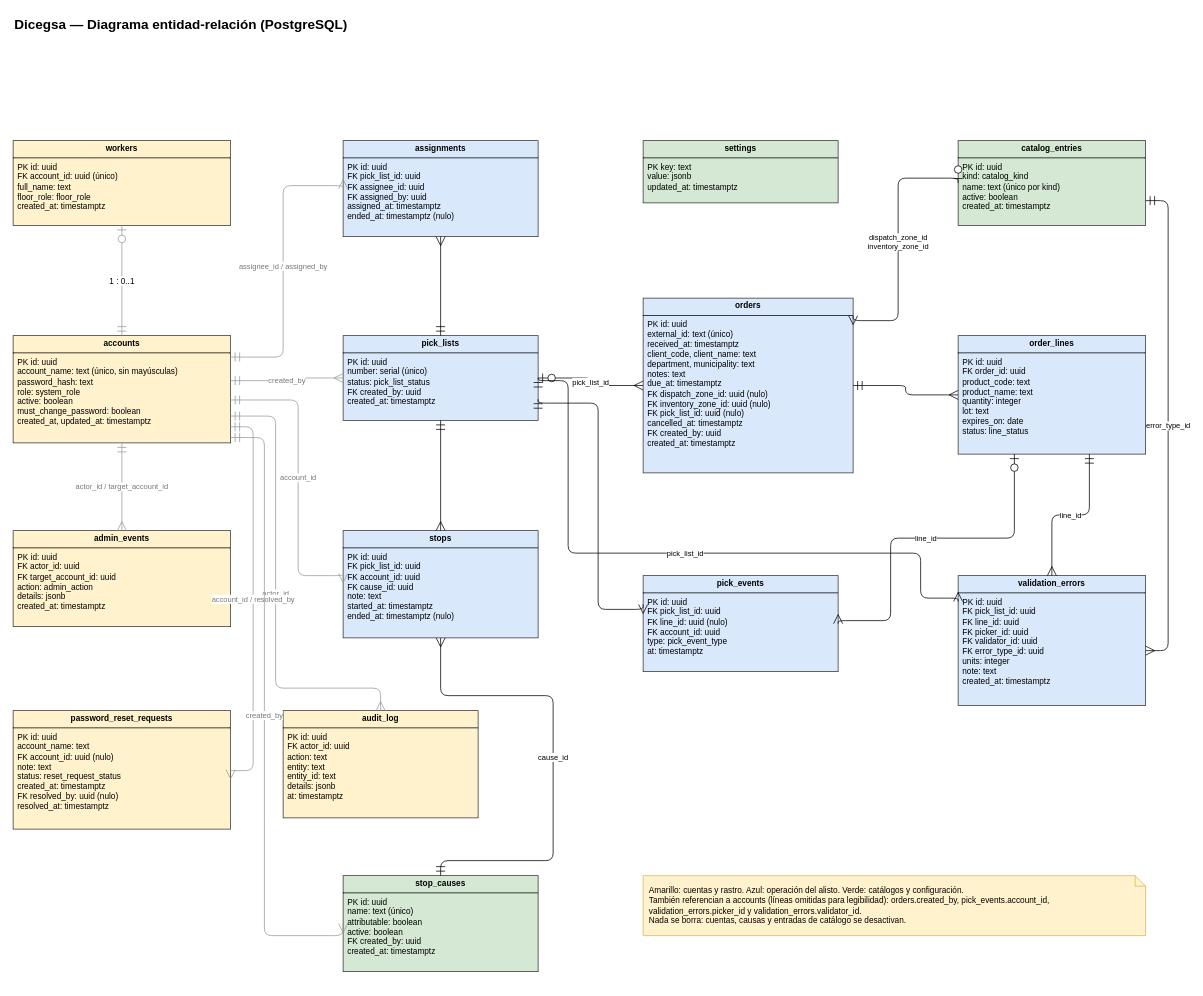
ElVatoEste/Dicegsa keeps this draw.io diagram as docs/diagramas/03-entidad-relacion.drawio. Above is the earlier version. Source tidied: cells renumbered, new cells numbered last; positions are measured from the earlier drawing's top-left corner, leaving out a move shared by most shapes. Both pictures are drawn from the tidied source at 75%, with x=0, y=0 at pixel (13, 13).
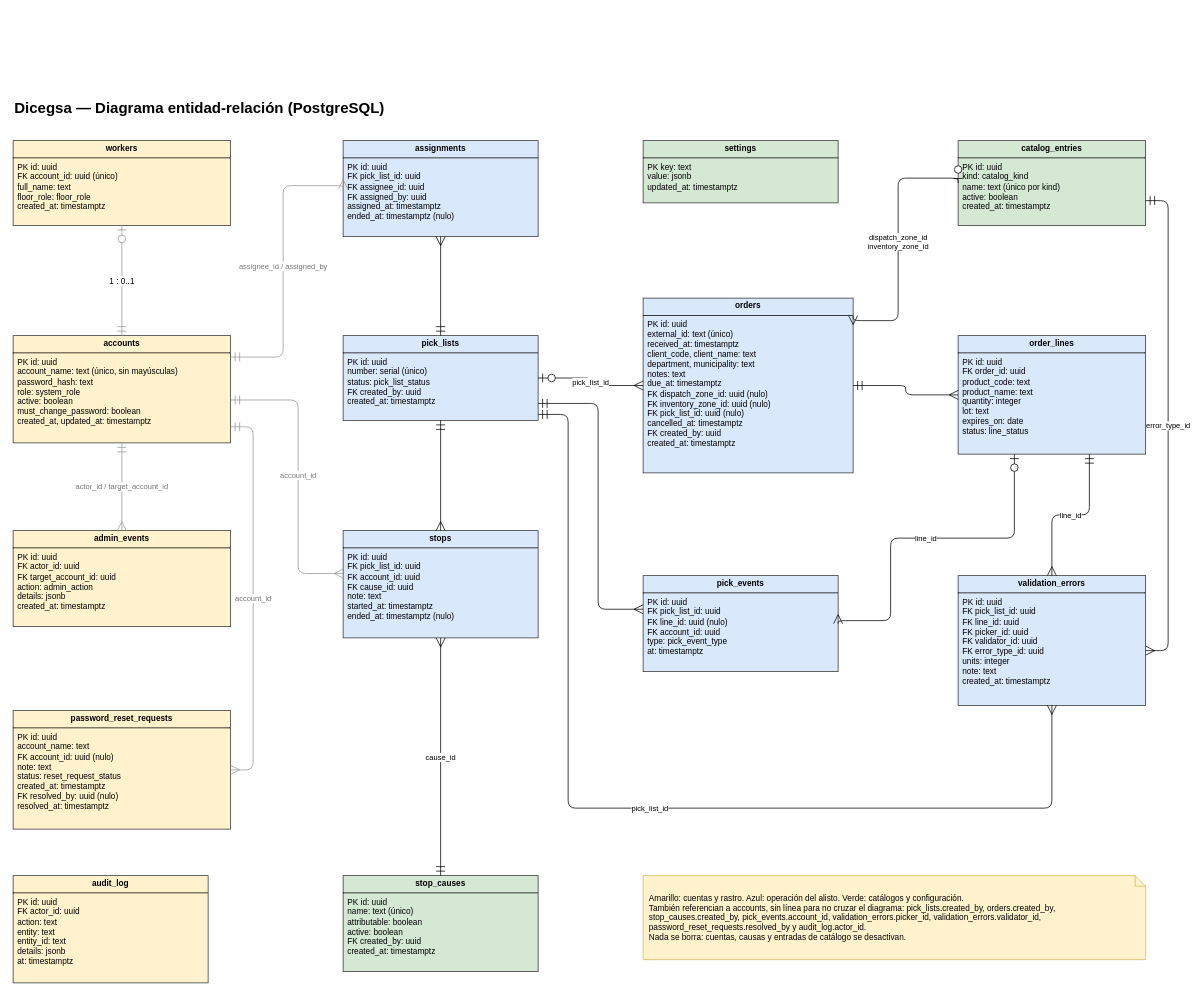
Above is the later version.

Unchanged cells that the change refers to:
```xml
<mxCell id="3" value="&lt;p style=&quot;margin:0;margin-top:4px;text-align:center;&quot;&gt;&lt;b&gt;accounts&lt;/b&gt;&lt;/p&gt;&lt;hr size=&quot;1&quot; style=&quot;border-style:solid;&quot;&gt;&lt;p style=&quot;margin:0;margin-left:6px;&quot;&gt;PK id: uuid&lt;br&gt;account_name: text  (único, sin mayúsculas)&lt;br&gt;password_hash: text&lt;br&gt;role: system_role&lt;br&gt;active: boolean&lt;br&gt;must_change_password: boolean&lt;br&gt;created_at, updated_at: timestamptz&lt;/p&gt;" style="verticalAlign=top;align=left;overflow=fill;html=1;whiteSpace=wrap;fontSize=11;fillColor=#fff2cc;strokeColor=#333333;" parent="1" vertex="1">
  <mxGeometry y="430" width="290" height="143" as="geometry" />
</mxCell>
<mxCell id="6" value="&lt;p style=&quot;margin:0;margin-top:4px;text-align:center;&quot;&gt;&lt;b&gt;password_reset_requests&lt;/b&gt;&lt;/p&gt;&lt;hr size=&quot;1&quot; style=&quot;border-style:solid;&quot;&gt;&lt;p style=&quot;margin:0;margin-left:6px;&quot;&gt;PK id: uuid&lt;br&gt;account_name: text&lt;br&gt;FK account_id: uuid  (nulo)&lt;br&gt;note: text&lt;br&gt;status: reset_request_status&lt;br&gt;created_at: timestamptz&lt;br&gt;FK resolved_by: uuid  (nulo)&lt;br&gt;resolved_at: timestamptz&lt;/p&gt;" style="verticalAlign=top;align=left;overflow=fill;html=1;whiteSpace=wrap;fontSize=11;fillColor=#fff2cc;strokeColor=#333333;" parent="1" vertex="1">
  <mxGeometry y="930" width="290" height="158" as="geometry" />
</mxCell>
<mxCell id="8" value="&lt;p style=&quot;margin:0;margin-top:4px;text-align:center;&quot;&gt;&lt;b&gt;pick_lists&lt;/b&gt;&lt;/p&gt;&lt;hr size=&quot;1&quot; style=&quot;border-style:solid;&quot;&gt;&lt;p style=&quot;margin:0;margin-left:6px;&quot;&gt;PK id: uuid&lt;br&gt;number: serial  (único)&lt;br&gt;status: pick_list_status&lt;br&gt;FK created_by: uuid&lt;br&gt;created_at: timestamptz&lt;/p&gt;" style="verticalAlign=top;align=left;overflow=fill;html=1;whiteSpace=wrap;fontSize=11;fillColor=#dae8fc;strokeColor=#333333;" parent="1" vertex="1">
  <mxGeometry x="440" y="430" width="260" height="113" as="geometry" />
</mxCell>
<mxCell id="12" value="&lt;p style=&quot;margin:0;margin-top:4px;text-align:center;&quot;&gt;&lt;b&gt;pick_events&lt;/b&gt;&lt;/p&gt;&lt;hr size=&quot;1&quot; style=&quot;border-style:solid;&quot;&gt;&lt;p style=&quot;margin:0;margin-left:6px;&quot;&gt;PK id: uuid&lt;br&gt;FK pick_list_id: uuid&lt;br&gt;FK line_id: uuid  (nulo)&lt;br&gt;FK account_id: uuid&lt;br&gt;type: pick_event_type&lt;br&gt;at: timestamptz&lt;/p&gt;" style="verticalAlign=top;align=left;overflow=fill;html=1;whiteSpace=wrap;fontSize=11;fillColor=#dae8fc;strokeColor=#333333;" parent="1" vertex="1">
  <mxGeometry x="840" y="750" width="260" height="128" as="geometry" />
</mxCell>
<mxCell id="13" value="&lt;p style=&quot;margin:0;margin-top:4px;text-align:center;&quot;&gt;&lt;b&gt;stops&lt;/b&gt;&lt;/p&gt;&lt;hr size=&quot;1&quot; style=&quot;border-style:solid;&quot;&gt;&lt;p style=&quot;margin:0;margin-left:6px;&quot;&gt;PK id: uuid&lt;br&gt;FK pick_list_id: uuid&lt;br&gt;FK account_id: uuid&lt;br&gt;FK cause_id: uuid&lt;br&gt;note: text&lt;br&gt;started_at: timestamptz&lt;br&gt;ended_at: timestamptz  (nulo)&lt;/p&gt;" style="verticalAlign=top;align=left;overflow=fill;html=1;whiteSpace=wrap;fontSize=11;fillColor=#dae8fc;strokeColor=#333333;" parent="1" vertex="1">
  <mxGeometry x="440" y="690" width="260" height="143" as="geometry" />
</mxCell>
<mxCell id="14" value="&lt;p style=&quot;margin:0;margin-top:4px;text-align:center;&quot;&gt;&lt;b&gt;validation_errors&lt;/b&gt;&lt;/p&gt;&lt;hr size=&quot;1&quot; style=&quot;border-style:solid;&quot;&gt;&lt;p style=&quot;margin:0;margin-left:6px;&quot;&gt;PK id: uuid&lt;br&gt;FK pick_list_id: uuid&lt;br&gt;FK line_id: uuid&lt;br&gt;FK picker_id: uuid&lt;br&gt;FK validator_id: uuid&lt;br&gt;FK error_type_id: uuid&lt;br&gt;units: integer&lt;br&gt;note: text&lt;br&gt;created_at: timestamptz&lt;/p&gt;" style="verticalAlign=top;align=left;overflow=fill;html=1;whiteSpace=wrap;fontSize=11;fillColor=#dae8fc;strokeColor=#333333;" parent="1" vertex="1">
  <mxGeometry x="1260" y="750" width="250" height="173" as="geometry" />
</mxCell>
<mxCell id="15" value="&lt;p style=&quot;margin:0;margin-top:4px;text-align:center;&quot;&gt;&lt;b&gt;stop_causes&lt;/b&gt;&lt;/p&gt;&lt;hr size=&quot;1&quot; style=&quot;border-style:solid;&quot;&gt;&lt;p style=&quot;margin:0;margin-left:6px;&quot;&gt;PK id: uuid&lt;br&gt;name: text  (único)&lt;br&gt;attributable: boolean&lt;br&gt;active: boolean&lt;br&gt;FK created_by: uuid&lt;br&gt;created_at: timestamptz&lt;/p&gt;" style="verticalAlign=top;align=left;overflow=fill;html=1;whiteSpace=wrap;fontSize=11;fillColor=#d5e8d4;strokeColor=#333333;" parent="1" vertex="1">
  <mxGeometry x="440" y="1150" width="260" height="128" as="geometry" />
</mxCell>
```

What changed in the source:
```diff
@@
-    <mxCell id="2" value="Dicegsa — Diagrama entidad-relación (PostgreSQL)" style="text;html=1;fontSize=18;fontStyle=1;align=left;verticalAlign=middle;" parent="1" vertex="1">
-      <mxGeometry width="700" height="30" as="geometry" />
+    <mxCell id="2" value="Dicegsa — Diagrama entidad-relación (PostgreSQL)" style="text;html=1;fontSize=20;fontStyle=1;align=left;verticalAlign=middle;" parent="1" vertex="1">
+      <mxGeometry y="110" width="700" height="30" as="geometry" />
     </mxCell>
@@
     <mxCell id="7" value="&lt;p style=&quot;margin:0;margin-top:4px;text-align:center;&quot;&gt;&lt;b&gt;audit_log&lt;/b&gt;&lt;/p&gt;&lt;hr size=&quot;1&quot; style=&quot;border-style:solid;&quot;&gt;&lt;p style=&quot;margin:0;margin-left:6px;&quot;&gt;PK id: uuid&lt;br&gt;FK actor_id: uuid&lt;br&gt;action: text&lt;br&gt;entity: text&lt;br&gt;entity_id: text&lt;br&gt;details: jsonb&lt;br&gt;at: timestamptz&lt;/p&gt;" style="verticalAlign=top;align=left;overflow=fill;html=1;whiteSpace=wrap;fontSize=11;fillColor=#fff2cc;strokeColor=#333333;" parent="1" vertex="1">
-      <mxGeometry x="360" y="930" width="260" height="143" as="geometry" />
+      <mxGeometry y="1150" width="260" height="143" as="geometry" />
     </mxCell>
@@
-    <mxCell id="21" style="edgeStyle=orthogonalEdgeStyle;html=1;endArrow=ERmandOne;startArrow=ERmany;endSize=10;startSize=10;fontSize=10;exitX=0;exitY=0.3;entryX=1;entryY=0.75;" parent="1" edge="1" source="12" target="8">
+    <mxCell id="21" style="edgeStyle=orthogonalEdgeStyle;html=1;endArrow=ERmandOne;startArrow=ERmany;endSize=10;startSize=10;fontSize=10;exitX=0;exitY=0.35;entryX=1;entryY=0.8;" parent="1" edge="1" source="12" target="8">
       <mxGeometry relative="1" as="geometry">
         <Array as="points">
           <mxPoint x="780" y="795" />
           <mxPoint x="780" y="520" />
         </Array>
       </mxGeometry>
     </mxCell>
@@
-    <mxCell id="24" value="cause_id" style="edgeStyle=orthogonalEdgeStyle;html=1;endArrow=ERmandOne;startArrow=ERmany;endSize=10;startSize=10;fontSize=10;" parent="1" edge="1" source="13" target="15">
-      <mxGeometry relative="1" as="geometry">
-        <Array as="points">
-          <mxPoint x="720" y="910" />
-          <mxPoint x="720" y="1130" />
-        </Array>
-      </mxGeometry>
+    <mxCell id="24" value="cause_id" style="edgeStyle=orthogonalEdgeStyle;html=1;endArrow=ERmandOne;startArrow=ERmany;endSize=10;startSize=10;fontSize=10;exitX=0.5;exitY=1;entryX=0.5;entryY=0;" parent="1" edge="1" source="13" target="15">
+      <mxGeometry relative="1" as="geometry" />
     </mxCell>
@@
-    <mxCell id="26" value="pick_list_id" style="edgeStyle=orthogonalEdgeStyle;html=1;endArrow=ERmandOne;startArrow=ERmany;endSize=10;startSize=10;fontSize=10;exitX=0;exitY=0.2;entryX=1;entryY=0.5;" parent="1" edge="1" source="14" target="8">
+    <mxCell id="26" value="pick_list_id" style="edgeStyle=orthogonalEdgeStyle;html=1;endArrow=ERmandOne;startArrow=ERmany;endSize=10;startSize=10;fontSize=10;exitX=0.5;exitY=1;entryX=1;entryY=0.93;" parent="1" edge="1" source="14" target="8">
       <mxGeometry relative="1" as="geometry">
         <Array as="points">
-          <mxPoint x="1210" y="780" />
-          <mxPoint x="1210" y="720" />
-          <mxPoint x="740" y="720" />
-          <mxPoint x="740" y="490" />
+          <mxPoint x="1385" y="1060" />
+          <mxPoint x="740" y="1060" />
+          <mxPoint x="740" y="535" />
         </Array>
       </mxGeometry>
     </mxCell>
@@
-    <mxCell id="32" value="created_by" style="edgeStyle=orthogonalEdgeStyle;html=1;endArrow=ERmandOne;startArrow=ERmany;endSize=10;startSize=10;fontSize=10;strokeColor=#999999;fontColor=#777777;exitX=0;exitY=0.5;entryX=1;entryY=0.42;" parent="1" edge="1" source="8" target="3">
-      <mxGeometry relative="1" as="geometry" />
-    </mxCell>
     <mxCell id="33" value="account_id" style="edgeStyle=orthogonalEdgeStyle;html=1;endArrow=ERmandOne;startArrow=ERmany;endSize=10;startSize=10;fontSize=10;strokeColor=#999999;fontColor=#777777;exitX=0;exitY=0.4;entryX=1;entryY=0.6;" parent="1" edge="1" source="13" target="3">
       <mxGeometry relative="1" as="geometry">
         <Array as="points">
-          <mxPoint x="380" y="750" />
+          <mxPoint x="380" y="747" />
           <mxPoint x="380" y="516" />
         </Array>
       </mxGeometry>
     </mxCell>
-    <mxCell id="34" value="actor_id" style="edgeStyle=orthogonalEdgeStyle;html=1;endArrow=ERmandOne;startArrow=ERmany;endSize=10;startSize=10;fontSize=10;strokeColor=#999999;fontColor=#777777;exitX=0.5;exitY=0;entryX=1;entryY=0.75;" parent="1" edge="1" source="7" target="3">
-      <mxGeometry relative="1" as="geometry">
-        <Array as="points">
-          <mxPoint x="490" y="900" />
-          <mxPoint x="350" y="900" />
-          <mxPoint x="350" y="537" />
-        </Array>
-      </mxGeometry>
-    </mxCell>
-    <mxCell id="35" value="account_id / resolved_by" style="edgeStyle=orthogonalEdgeStyle;html=1;endArrow=ERmandOne;startArrow=ERmany;endSize=10;startSize=10;fontSize=10;strokeColor=#999999;fontColor=#777777;exitX=1;exitY=0.5;entryX=1;entryY=0.85;" parent="1" edge="1" source="6" target="3">
+    <mxCell id="35" value="account_id" style="edgeStyle=orthogonalEdgeStyle;html=1;endArrow=ERmandOne;startArrow=ERmany;endSize=10;startSize=10;fontSize=10;strokeColor=#999999;fontColor=#777777;exitX=1;exitY=0.5;entryX=1;entryY=0.85;" parent="1" edge="1" source="6" target="3">
       <mxGeometry relative="1" as="geometry">
         <Array as="points">
-          <mxPoint x="320" y="1010" />
+          <mxPoint x="320" y="1009" />
           <mxPoint x="320" y="551" />
         </Array>
       </mxGeometry>
     </mxCell>
-    <mxCell id="36" value="created_by" style="edgeStyle=orthogonalEdgeStyle;html=1;endArrow=ERmandOne;startArrow=ERmany;endSize=10;startSize=10;fontSize=10;strokeColor=#999999;fontColor=#777777;exitX=0;exitY=0.5;entryX=1;entryY=0.95;" parent="1" edge="1" source="15" target="3">
-      <mxGeometry relative="1" as="geometry">
-        <Array as="points">
-          <mxPoint x="335" y="1230" />
-          <mxPoint x="335" y="566" />
-        </Array>
-      </mxGeometry>
-    </mxCell>
-    <mxCell id="37" value="Amarillo: cuentas y rastro. Azul: operación del alisto. Verde: catálogos y configuración.&lt;br&gt;También referencian a accounts (líneas omitidas para legibilidad): orders.created_by, pick_events.account_id,&lt;br&gt;validation_errors.picker_id y validation_errors.validator_id.&lt;br&gt;Nada se borra: cuentas, causas y entradas de catálogo se desactivan." style="shape=note;whiteSpace=wrap;html=1;size=14;fillColor=#fff2cc;strokeColor=#d6b656;align=left;spacingLeft=6;fontSize=11;" parent="1" vertex="1">
-      <mxGeometry x="840" y="1150" width="670" height="80" as="geometry" />
+    <mxCell id="37" value="Amarillo: cuentas y rastro. Azul: operación del alisto. Verde: catálogos y configuración.&lt;br&gt;También referencian a accounts, sin línea para no cruzar el diagrama: pick_lists.created_by, orders.created_by, stop_causes.created_by, pick_events.account_id, validation_errors.picker_id, validation_errors.validator_id, password_reset_requests.resolved_by y audit_log.actor_id.&lt;br&gt;Nada se borra: cuentas, causas y entradas de catálogo se desactivan." style="shape=note;whiteSpace=wrap;html=1;size=14;fillColor=#fff2cc;strokeColor=#d6b656;align=left;spacingLeft=6;fontSize=11;" parent="1" vertex="1">
+      <mxGeometry x="840" y="1150" width="670" height="112" as="geometry" />
     </mxCell>
```
